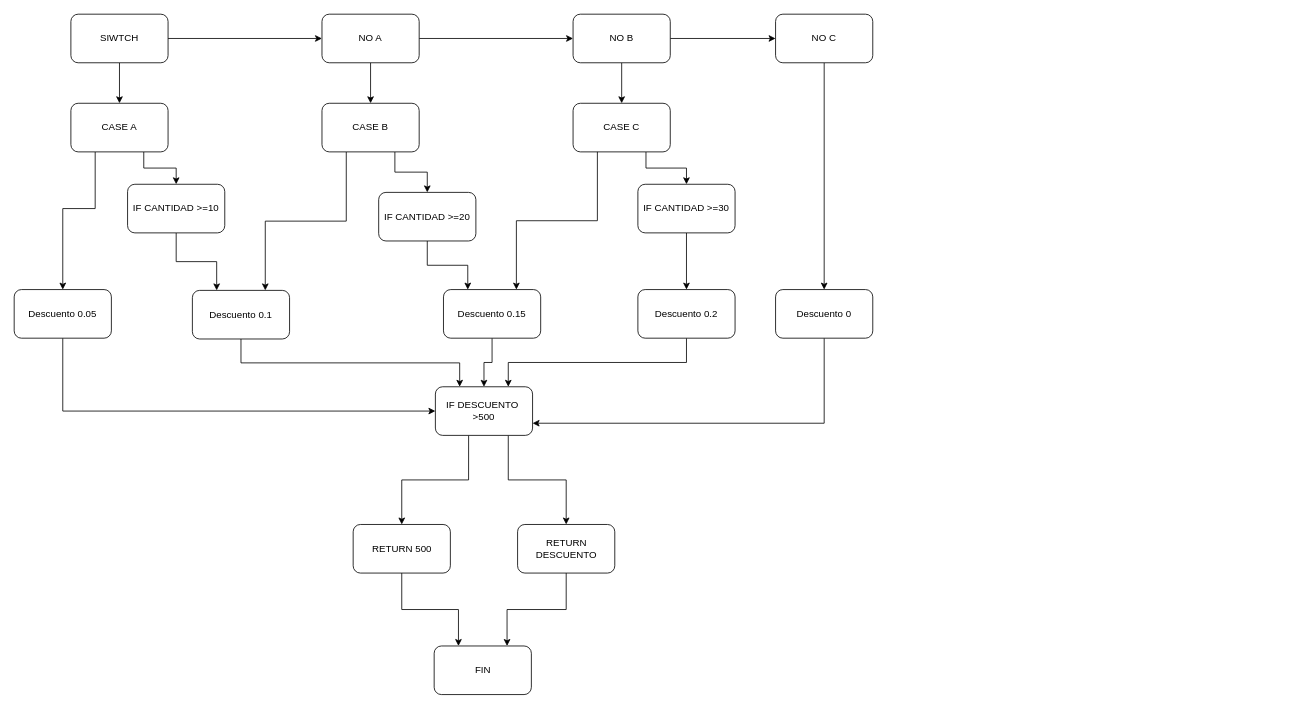
Above: Diagrama SWITCH.drawio in JamartinezSanAlberto/Diagramas (draw.io), before the change. Source tidied: cells renumbered, new cells numbered last; positions are measured from the earlier drawing's top-left corner, leaving out a move shared by most shapes. Both pictures are drawn from the tidied source at 81%, with x=0, y=0 at pixel (14, 14).
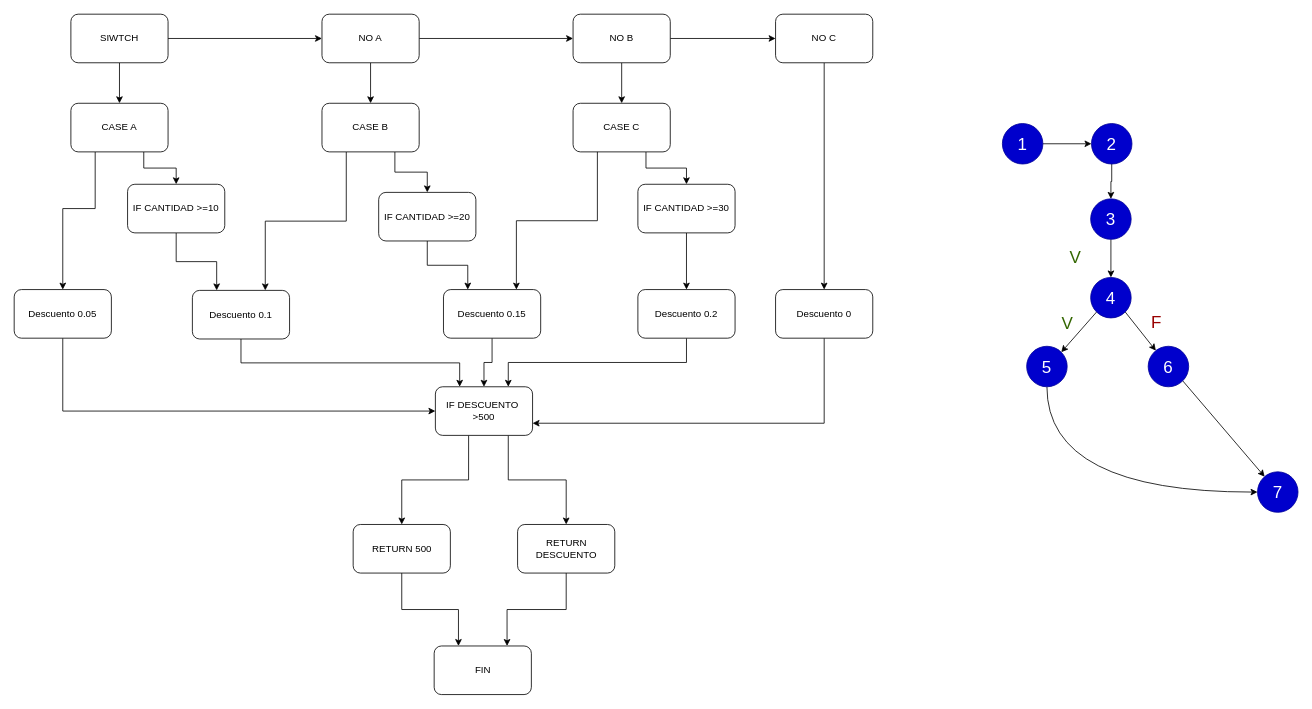
The same diagram, later.

What changed in the source:
```diff
@@
+    <mxCell id="46" style="edgeStyle=orthogonalEdgeStyle;rounded=0;jettySize=auto;html=1;exitX=1;exitY=0.5;exitDx=0;exitDy=0;fontSize=21;fontColor=#FFFFFF;" parent="1" edge="1" source="47" target="49">
+      <mxGeometry relative="1" as="geometry" />
+    </mxCell>
+    <mxCell id="47" value="&lt;font color=&quot;#ffffff&quot; style=&quot;font-size: 21px;&quot;&gt;1&lt;/font&gt;" style="ellipse;whiteSpace=wrap;html=1;strokeColor=#000099;fillColor=#0000CC;" parent="1" vertex="1">
+      <mxGeometry x="1220" y="135" width="50" height="50" as="geometry" />
+    </mxCell>
+    <mxCell id="48" style="edgeStyle=orthogonalEdgeStyle;rounded=0;jettySize=auto;html=1;exitX=0.5;exitY=1;exitDx=0;exitDy=0;fontSize=21;fontColor=#FFFFFF;" parent="1" edge="1" source="49" target="51">
+      <mxGeometry relative="1" as="geometry" />
+    </mxCell>
+    <mxCell id="49" value="&lt;font color=&quot;#ffffff&quot; style=&quot;font-size: 21px;&quot;&gt;2&lt;/font&gt;" style="ellipse;whiteSpace=wrap;html=1;strokeColor=#000099;fillColor=#0000CC;fontSize=21;fontColor=#FFFFFF;" parent="1" vertex="1">
+      <mxGeometry x="1330" y="135" width="50" height="50" as="geometry" />
+    </mxCell>
+    <mxCell id="50" style="edgeStyle=orthogonalEdgeStyle;rounded=0;jettySize=auto;html=1;exitX=0.5;exitY=1;exitDx=0;exitDy=0;fontSize=21;fontColor=#FFFFFF;" parent="1" edge="1" source="51" target="54">
+      <mxGeometry relative="1" as="geometry" />
+    </mxCell>
+    <mxCell id="51" value="&lt;font color=&quot;#ffffff&quot; style=&quot;font-size: 21px;&quot;&gt;3&lt;/font&gt;" style="ellipse;whiteSpace=wrap;html=1;strokeColor=#000099;fillColor=#0000CC;fontSize=21;fontColor=#FFFFFF;" parent="1" vertex="1">
+      <mxGeometry x="1329" y="228" width="50" height="50" as="geometry" />
+    </mxCell>
+    <mxCell id="52" style="edgeStyle=none;rounded=0;jettySize=auto;html=1;exitX=0;exitY=1;exitDx=0;exitDy=0;entryX=1;entryY=0;entryDx=0;entryDy=0;fontSize=21;fontColor=#FFFFFF;" parent="1" edge="1" source="54" target="56">
+      <mxGeometry relative="1" as="geometry" />
+    </mxCell>
+    <mxCell id="53" style="edgeStyle=none;rounded=0;jettySize=auto;html=1;exitX=1;exitY=1;exitDx=0;exitDy=0;fontSize=21;fontColor=#FFFFFF;" parent="1" edge="1" source="54" target="58">
+      <mxGeometry relative="1" as="geometry" />
+    </mxCell>
+    <mxCell id="54" value="&lt;font color=&quot;#ffffff&quot; style=&quot;font-size: 21px;&quot;&gt;4&lt;/font&gt;" style="ellipse;whiteSpace=wrap;html=1;strokeColor=#000099;fillColor=#0000CC;fontSize=21;fontColor=#FFFFFF;" parent="1" vertex="1">
+      <mxGeometry x="1329" y="325" width="50" height="50" as="geometry" />
+    </mxCell>
+    <mxCell id="55" style="edgeStyle=orthogonalEdgeStyle;rounded=0;jettySize=auto;html=1;exitX=0.5;exitY=1;exitDx=0;exitDy=0;entryX=0;entryY=0.5;entryDx=0;entryDy=0;fontSize=21;fontColor=#990000;curved=1;" parent="1" edge="1" source="56" target="61">
+      <mxGeometry relative="1" as="geometry" />
+    </mxCell>
+    <mxCell id="56" value="&lt;font color=&quot;#ffffff&quot; style=&quot;font-size: 21px;&quot;&gt;5&lt;/font&gt;" style="ellipse;whiteSpace=wrap;html=1;strokeColor=#000099;fillColor=#0000CC;fontSize=21;fontColor=#FFFFFF;" parent="1" vertex="1">
+      <mxGeometry x="1250" y="410" width="50" height="50" as="geometry" />
+    </mxCell>
+    <mxCell id="57" style="edgeStyle=none;rounded=0;jettySize=auto;html=1;exitX=1;exitY=1;exitDx=0;exitDy=0;fontSize=21;fontColor=#990000;" parent="1" edge="1" source="58" target="61">
+      <mxGeometry relative="1" as="geometry" />
+    </mxCell>
+    <mxCell id="58" value="&lt;font color=&quot;#ffffff&quot; style=&quot;font-size: 21px;&quot;&gt;6&lt;/font&gt;" style="ellipse;whiteSpace=wrap;html=1;strokeColor=#000099;fillColor=#0000CC;fontSize=21;fontColor=#FFFFFF;" parent="1" vertex="1">
+      <mxGeometry x="1400" y="410" width="50" height="50" as="geometry" />
+    </mxCell>
+    <mxCell id="59" value="&lt;font color=&quot;#336600&quot;&gt;V&lt;/font&gt;" style="text;html=1;align=center;verticalAlign=middle;strokeColor=none;fillColor=none;fontSize=21;fontColor=#FFFFFF;" parent="1" vertex="1">
+      <mxGeometry x="1280" y="361" width="40" height="40" as="geometry" />
+    </mxCell>
+    <mxCell id="60" value="&lt;font color=&quot;#990000&quot;&gt;F&lt;/font&gt;" style="text;html=1;align=center;verticalAlign=middle;strokeColor=none;fillColor=none;fontSize=21;fontColor=#336600;" parent="1" vertex="1">
+      <mxGeometry x="1390" y="360" width="40" height="40" as="geometry" />
+    </mxCell>
+    <mxCell id="61" value="&lt;font color=&quot;#ffffff&quot; style=&quot;font-size: 21px;&quot;&gt;7&lt;/font&gt;" style="ellipse;whiteSpace=wrap;html=1;strokeColor=#000099;fillColor=#0000CC;fontSize=21;fontColor=#FFFFFF;" parent="1" vertex="1">
+      <mxGeometry x="1535" y="565" width="50" height="50" as="geometry" />
+    </mxCell>
+    <mxCell id="62" value="&lt;font color=&quot;#336600&quot;&gt;V&lt;/font&gt;" style="text;html=1;align=center;verticalAlign=middle;strokeColor=none;fillColor=none;fontSize=21;fontColor=#FFFFFF;" parent="1" vertex="1">
+      <mxGeometry x="1290" y="280" width="40" height="40" as="geometry" />
+    </mxCell>
```
